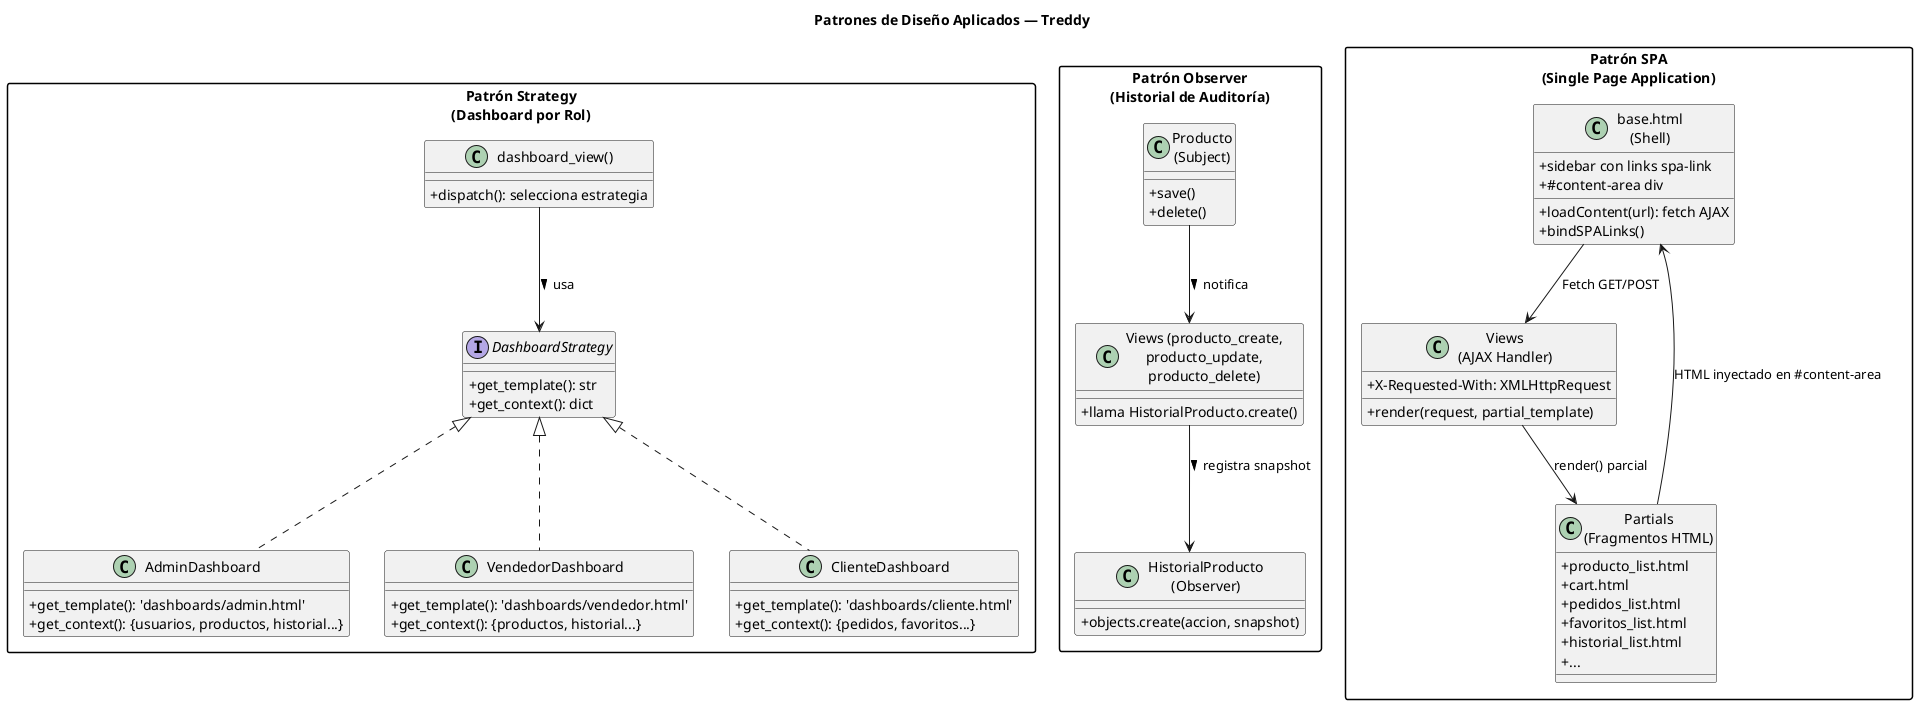
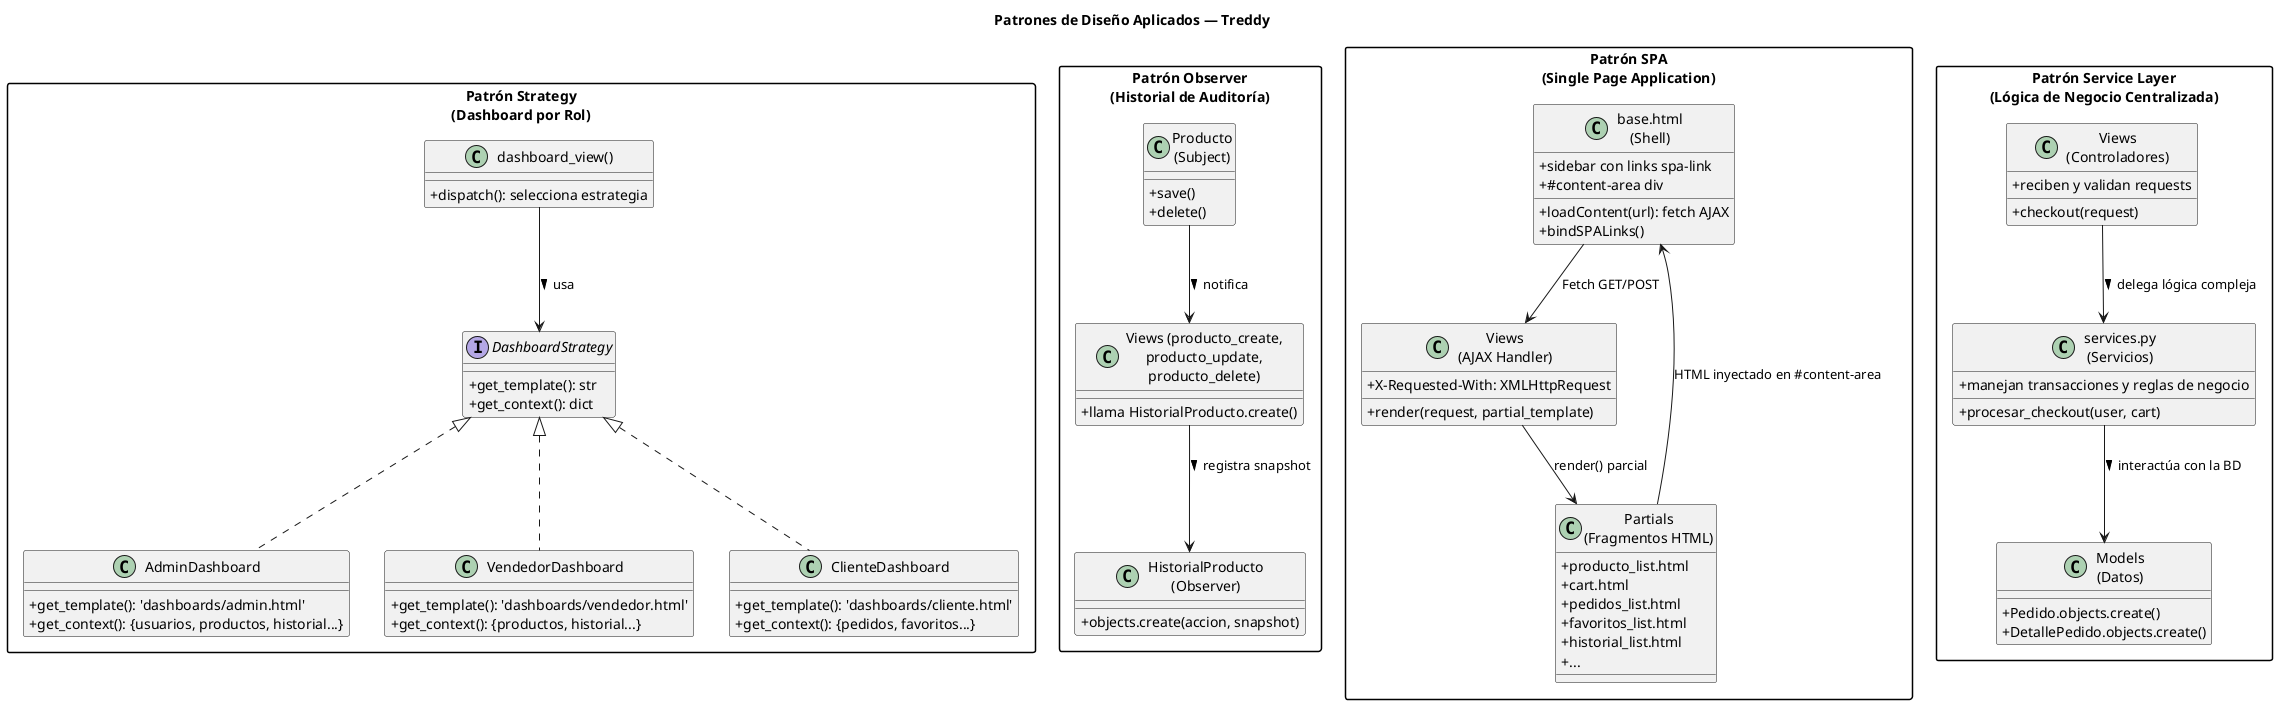
@startuml patrones_diseno
title Patrones de Diseño Aplicados — Treddy

skinparam classAttributeIconSize 0
skinparam packageStyle rectangle

package "Patrón Strategy\n(Dashboard por Rol)" {
    interface "DashboardStrategy" as strategy {
        + get_template(): str
        + get_context(): dict
    }
    class "AdminDashboard" as admin_s {
        + get_template(): 'dashboards/admin.html'
        + get_context(): {usuarios, productos, historial...}
    }
    class "VendedorDashboard" as vendedor_s {
        + get_template(): 'dashboards/vendedor.html'
        + get_context(): {productos, historial...}
    }
    class "ClienteDashboard" as cliente_s {
        + get_template(): 'dashboards/cliente.html'
        + get_context(): {pedidos, favoritos...}
    }
    class "dashboard_view()" as context {
        + dispatch(): selecciona estrategia
    }
    strategy <|.. admin_s
    strategy <|.. vendedor_s
    strategy <|.. cliente_s
    context --> strategy : usa >
}

package "Patrón Observer\n(Historial de Auditoría)" {
    class "Producto\n(Subject)" as prod_obs {
        + save()
        + delete()
    }
    class "Views (producto_create,\nproducto_update,\nproducto_delete)" as trigger {
        + llama HistorialProducto.create()
    }
    class "HistorialProducto\n(Observer)" as hist_obs {
        + objects.create(accion, snapshot)
    }
    prod_obs --> trigger : notifica >
    trigger --> hist_obs : registra snapshot >
}

package "Patrón SPA\n(Single Page Application)" {
    class "base.html\n(Shell)" as shell {
        + sidebar con links spa-link
        + #content-area div
        + loadContent(url): fetch AJAX
        + bindSPALinks()
    }
    class "Partials\n(Fragmentos HTML)" as partials {
        + producto_list.html
        + cart.html
        + pedidos_list.html
        + favoritos_list.html
        + historial_list.html
        + ...
    }
    class "Views\n(AJAX Handler)" as ajax_views {
        + X-Requested-With: XMLHttpRequest
        + render(request, partial_template)
    }
    shell --> ajax_views : Fetch GET/POST
    ajax_views --> partials : render() parcial
    partials --> shell : HTML inyectado en #content-area
}

+ package "Patrón Service Layer\n(Lógica de Negocio Centralizada)" {
+     class "Views\n(Controladores)" as ctrl {
+         + checkout(request)
+         + reciben y validan requests
+     }
+     class "services.py\n(Servicios)" as service {
+         + procesar_checkout(user, cart)
+         + manejan transacciones y reglas de negocio
+     }
+     class "Models\n(Datos)" as model {
+         + Pedido.objects.create()
+         + DetallePedido.objects.create()
+     }
+     ctrl --> service : delega lógica compleja >
+     service --> model : interactúa con la BD >
+ }
+ 
@enduml
